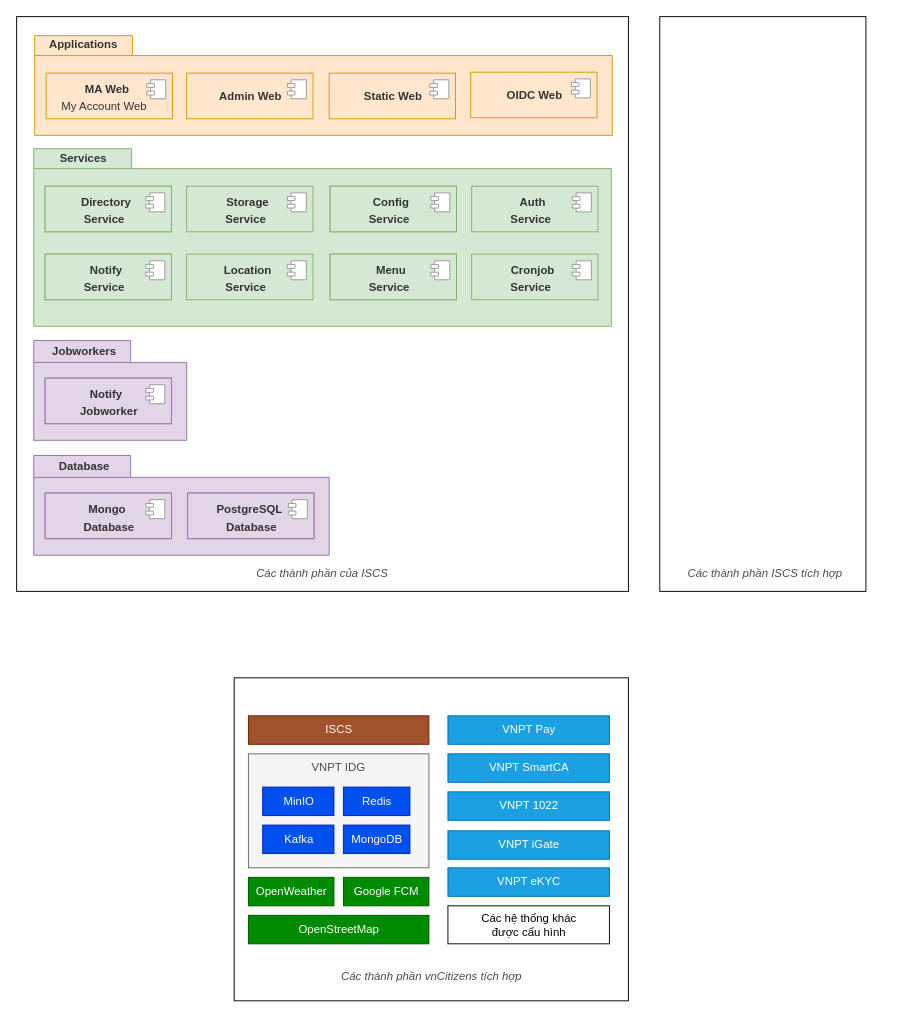
Earlier version of the draw.io diagram iscs.drawio (mitgaming/drawio). Source tidied: cells renumbered, new cells numbered last; positions are measured from the earlier drawing's top-left corner, leaving out a move shared by most shapes. Both pictures are drawn from the tidied source at 95%, with x=0, y=0 at pixel (16, 16).
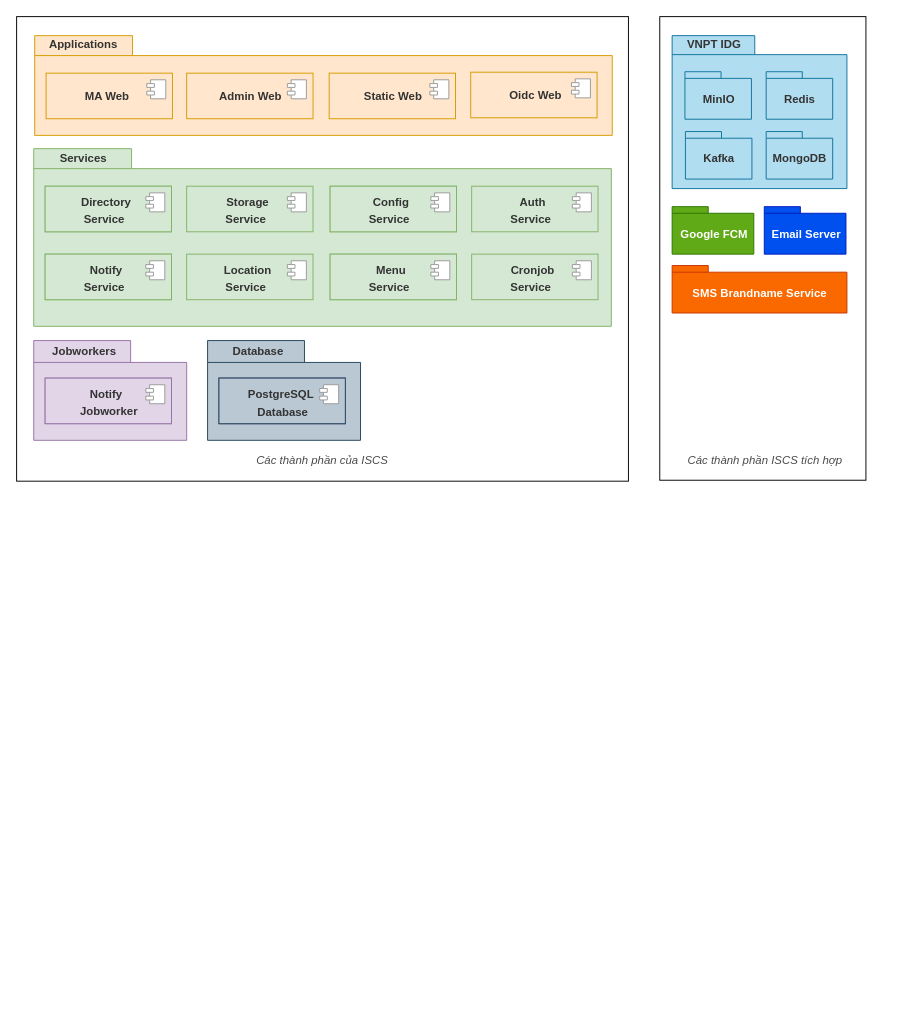
The same page after the edit.

The change refers to these unchanged cells:
```xml
<mxCell id="25" style="group;" parent="22" vertex="1">
  <mxGeometry x="459" y="38.5" width="133" height="57" as="geometry" />
</mxCell>
<mxCell id="29" style="group;" parent="22" vertex="1">
  <mxGeometry x="12" y="39.5" width="133" height="48" as="geometry" />
</mxCell>
<mxCell id="107" style="group;fillColor=#e1d5e7;strokeColor=#9673a6;" parent="106" vertex="1">
  <mxGeometry width="133" height="48" as="geometry" />
</mxCell>
```

Diff of the diagram source:
```diff
@@
-    <mxCell id="2" style="rounded=0;whiteSpace=wrap;html=1;fontColor=#4A4A4A;" parent="1" vertex="1">
-      <mxGeometry x="229" y="696" width="415" height="340" as="geometry" />
-    </mxCell>
-    <mxCell id="3" style="rounded=0;whiteSpace=wrap;html=1;fontColor=#333333;fillColor=#f5f5f5;strokeColor=#666666;" parent="1" vertex="1">
-      <mxGeometry x="244" y="776" width="190" height="120" as="geometry" />
-    </mxCell>
     <mxCell id="4" style="rounded=0;whiteSpace=wrap;html=1;" parent="1" vertex="1">
-      <mxGeometry width="644" height="605" as="geometry" />
+      <mxGeometry width="644" height="489" as="geometry" />
     </mxCell>
-    <mxCell id="5" value="ISCS" style="html=1;fillColor=#a0522d;fontColor=#ffffff;strokeColor=#6D1F00;" parent="1" vertex="1">
-      <mxGeometry x="244" y="736" width="190" height="30" as="geometry" />
-    </mxCell>
-    <mxCell id="6" value="MinIO" style="html=1;fillColor=#0050ef;fontColor=#ffffff;strokeColor=#001DBC;" parent="1" vertex="1">
-      <mxGeometry x="259" y="811" width="75" height="30" as="geometry" />
-    </mxCell>
-    <mxCell id="7" value="Redis" style="html=1;fillColor=#0050ef;fontColor=#ffffff;strokeColor=#001DBC;" parent="1" vertex="1">
-      <mxGeometry x="344" y="811" width="70" height="30" as="geometry" />
-    </mxCell>
-    <mxCell id="8" value="Kafka" style="html=1;fillColor=#0050ef;fontColor=#ffffff;strokeColor=#001DBC;" parent="1" vertex="1">
-      <mxGeometry x="259" y="851" width="75" height="30" as="geometry" />
-    </mxCell>
     <mxCell id="9" value="Các thành phần của ISCS" style="text;html=1;strokeColor=none;fillColor=none;align=center;verticalAlign=middle;whiteSpace=wrap;rounded=0;fontColor=#4A4A4A;fontStyle=2;" parent="1" vertex="1">
-      <mxGeometry x="227" y="571" width="190" height="30" as="geometry" />
+      <mxGeometry x="227" y="452" width="190" height="30" as="geometry" />
     </mxCell>
-    <mxCell id="10" value="Các thành phần vnCitizens tích hợp" style="text;html=1;strokeColor=none;fillColor=none;align=center;verticalAlign=middle;whiteSpace=wrap;rounded=0;fontColor=#4A4A4A;fontStyle=2;" parent="1" vertex="1">
-      <mxGeometry x="316.5" y="996" width="240" height="30" as="geometry" />
-    </mxCell>
-    <mxCell id="11" value="Google FCM" style="html=1;fillColor=#008a00;strokeColor=#005700;fontColor=#ffffff;" parent="1" vertex="1">
-      <mxGeometry x="344" y="906" width="90" height="30" as="geometry" />
-    </mxCell>
-    <mxCell id="12" value="VNPT IDG" style="text;html=1;strokeColor=none;fillColor=none;align=center;verticalAlign=middle;whiteSpace=wrap;rounded=0;fontColor=#4A4A4A;" parent="1" vertex="1">
-      <mxGeometry x="309" y="776" width="60" height="30" as="geometry" />
-    </mxCell>
-    <mxCell id="13" value="MongoDB" style="html=1;fillColor=#0050ef;fontColor=#ffffff;strokeColor=#001DBC;" parent="1" vertex="1">
-      <mxGeometry x="344" y="851" width="70" height="30" as="geometry" />
-    </mxCell>
-    <mxCell id="14" value="VNPT SmartCA" style="html=1;fillColor=#1ba1e2;strokeColor=#006EAF;fontColor=#ffffff;" parent="1" vertex="1">
-      <mxGeometry x="454" y="776" width="170" height="30" as="geometry" />
-    </mxCell>
-    <mxCell id="15" value="OpenWeather" style="html=1;fillColor=#008a00;fontColor=#ffffff;strokeColor=#005700;" parent="1" vertex="1">
-      <mxGeometry x="244" y="906" width="90" height="30" as="geometry" />
-    </mxCell>
-    <mxCell id="16" value="VNPT iGate" style="html=1;fillColor=#1ba1e2;strokeColor=#006EAF;fontColor=#ffffff;" parent="1" vertex="1">
-      <mxGeometry x="454" y="857" width="170" height="30" as="geometry" />
-    </mxCell>
-    <mxCell id="17" value="VNPT 1022" style="html=1;fillColor=#1ba1e2;strokeColor=#006EAF;fontColor=#ffffff;" parent="1" vertex="1">
-      <mxGeometry x="454" y="816" width="170" height="30" as="geometry" />
-    </mxCell>
-    <mxCell id="18" value="VNPT eKYC" style="html=1;fillColor=#1ba1e2;strokeColor=#006EAF;fontColor=#ffffff;" parent="1" vertex="1">
-      <mxGeometry x="454" y="896" width="170" height="30" as="geometry" />
-    </mxCell>
-    <mxCell id="19" value="OpenStreetMap" style="html=1;fillColor=#008a00;fontColor=#ffffff;strokeColor=#005700;" parent="1" vertex="1">
-      <mxGeometry x="244" y="946" width="190" height="30" as="geometry" />
-    </mxCell>
-    <mxCell id="20" value="VNPT Pay" style="html=1;fillColor=#1ba1e2;strokeColor=#006EAF;fontColor=#ffffff;" parent="1" vertex="1">
-      <mxGeometry x="454" y="736" width="170" height="30" as="geometry" />
-    </mxCell>
-    <mxCell id="21" value="Các hệ thống khác &lt;br&gt;được cấu hình" style="html=1;" parent="1" vertex="1">
-      <mxGeometry x="454" y="936" width="170" height="40" as="geometry" />
-    </mxCell>
@@
-    <mxCell id="28" value="&lt;span style=&quot;color: rgb(51 , 51 , 51)&quot;&gt;&lt;b&gt;OIDC Web&lt;/b&gt;&lt;/span&gt;" style="text;html=1;align=center;verticalAlign=middle;strokeColor=none;fillColor=none;" parent="25" vertex="1">
-      <mxGeometry x="33" y="15" width="68" height="18" as="geometry" />
+    <mxCell id="28" value="&lt;span style=&quot;color: rgb(51 , 51 , 51)&quot;&gt;&lt;b&gt;Oidc Web&lt;/b&gt;&lt;/span&gt;" style="text;html=1;align=center;verticalAlign=middle;strokeColor=none;fillColor=none;" parent="25" vertex="1">
+      <mxGeometry x="35" y="15" width="65" height="18" as="geometry" />
     </mxCell>
@@
     <mxCell id="32" value="&lt;span style=&quot;color: rgb(51 , 51 , 51)&quot;&gt;&lt;b&gt;MA Web&lt;/b&gt;&lt;/span&gt;" style="text;html=1;align=center;verticalAlign=middle;strokeColor=none;fillColor=none;" parent="29" vertex="1">
-      <mxGeometry x="35" y="8" width="57" height="18" as="geometry" />
+      <mxGeometry x="35" y="15.5" width="57" height="18" as="geometry" />
     </mxCell>
-    <mxCell id="33" value="&lt;span style=&quot;color: rgb(51 , 51 , 51)&quot;&gt;My Account Web&lt;/span&gt;" style="text;html=1;align=center;verticalAlign=middle;strokeColor=none;fillColor=none;" parent="29" vertex="1">
-      <mxGeometry x="11" y="26" width="100" height="18" as="geometry" />
-    </mxCell>
@@
     <mxCell id="97" style="group;" parent="1" vertex="1">
-      <mxGeometry x="18" y="462" width="718" height="126" as="geometry" />
+      <mxGeometry x="201" y="341" width="718" height="126" as="geometry" />
     </mxCell>
-    <mxCell id="98" style="shape=folder;fontStyle=1;spacingTop=10;tabWidth=102;tabHeight=23;tabPosition=left;html=1;strokeColor=#9673a6;fillColor=#e1d5e7;" parent="97" vertex="1">
-      <mxGeometry width="311" height="105" as="geometry" />
+    <mxCell id="98" style="shape=folder;fontStyle=1;spacingTop=10;tabWidth=102;tabHeight=23;tabPosition=left;html=1;strokeColor=#23445d;fillColor=#bac8d3;" parent="97" vertex="1">
+      <mxGeometry width="161" height="105" as="geometry" />
     </mxCell>
@@
-    <mxCell id="100" style="group;" parent="97" vertex="1">
-      <mxGeometry x="12" y="39.5" width="133" height="48" as="geometry" />
-    </mxCell>
-    <mxCell id="101" style="group;fillColor=#e1d5e7;strokeColor=#9673a6;" parent="100" vertex="1">
-      <mxGeometry width="133" height="48" as="geometry" />
-    </mxCell>
-    <mxCell id="102" value="&lt;p style=&quot;line-height: 0.7&quot;&gt;&lt;/p&gt;&lt;h2 style=&quot;font-size: 13px&quot;&gt;&lt;br&gt;&lt;/h2&gt;&lt;p&gt;&lt;/p&gt;" style="html=1;strokeColor=#9673a6;fillColor=#e1d5e7;" parent="101" vertex="1">
-      <mxGeometry width="133" height="48" as="geometry" />
-    </mxCell>
-    <mxCell id="103" style="shape=module;jettyWidth=8;jettyHeight=4;strokeColor=#999999;" parent="102" vertex="1">
-      <mxGeometry x="1" width="20" height="20" relative="1" as="geometry">
-        <mxPoint x="-27" y="7" as="offset" />
-      </mxGeometry>
-    </mxCell>
-    <mxCell id="104" value="&lt;span style=&quot;color: rgb(51 , 51 , 51)&quot;&gt;&lt;b&gt;Mongo&lt;/b&gt;&lt;/span&gt;" style="text;html=1;align=center;verticalAlign=middle;strokeColor=none;fillColor=none;" parent="101" vertex="1">
-      <mxGeometry x="40" y="8" width="49" height="18" as="geometry" />
-    </mxCell>
-    <mxCell id="105" value="&lt;b style=&quot;color: rgb(51 , 51 , 51)&quot;&gt;Database&lt;/b&gt;" style="text;html=1;align=center;verticalAlign=middle;strokeColor=none;fillColor=none;" parent="100" vertex="1">
-      <mxGeometry x="35" y="27.5" width="63" height="18" as="geometry" />
-    </mxCell>
-    <mxCell id="106" style="group;" parent="97" vertex="1">
-      <mxGeometry x="162" y="39.5" width="133" height="48" as="geometry" />
+    <mxCell id="106" style="group;fillColor=#bac8d3;strokeColor=#23445d;" parent="97" vertex="1">
+      <mxGeometry x="12" y="39.5" width="133" height="48" as="geometry" />
     </mxCell>
@@
-    <mxCell id="108" value="&lt;p style=&quot;line-height: 0.7&quot;&gt;&lt;/p&gt;&lt;h2 style=&quot;font-size: 13px&quot;&gt;&lt;br&gt;&lt;/h2&gt;&lt;p&gt;&lt;/p&gt;" style="html=1;strokeColor=#9673a6;fillColor=#e1d5e7;" parent="107" vertex="1">
+    <mxCell id="108" value="&lt;p style=&quot;line-height: 0.7&quot;&gt;&lt;/p&gt;&lt;h2 style=&quot;font-size: 13px&quot;&gt;&lt;br&gt;&lt;/h2&gt;&lt;p&gt;&lt;/p&gt;" style="html=1;strokeColor=#23445d;fillColor=#bac8d3;" parent="107" vertex="1">
       <mxGeometry width="133" height="48" as="geometry" />
     </mxCell>
@@
     <mxCell id="112" style="rounded=0;whiteSpace=wrap;html=1;" parent="1" vertex="1">
-      <mxGeometry x="677" width="217" height="605" as="geometry" />
+      <mxGeometry x="677" width="217" height="488" as="geometry" />
     </mxCell>
     <mxCell id="113" value="Các thành phần ISCS tích hợp" style="text;html=1;strokeColor=none;fillColor=none;align=center;verticalAlign=middle;whiteSpace=wrap;rounded=0;fontColor=#4A4A4A;fontStyle=2;" parent="1" vertex="1">
-      <mxGeometry x="693" y="571" width="190" height="30" as="geometry" />
+      <mxGeometry x="693" y="452" width="190" height="30" as="geometry" />
     </mxCell>
+    <mxCell id="114" style="shape=folder;fontStyle=1;spacingTop=10;tabWidth=87;tabHeight=20;tabPosition=left;html=1;fontSize=13;strokeColor=#10739e;fillColor=#b1ddf0;" parent="1" vertex="1">
+      <mxGeometry x="690" y="20" width="184" height="161" as="geometry" />
+    </mxCell>
+    <mxCell id="12" value="&lt;span style=&quot;color: rgb(51 , 51 , 51)&quot;&gt;&lt;b&gt;VNPT IDG&lt;/b&gt;&lt;/span&gt;" style="text;html=1;align=center;verticalAlign=middle;strokeColor=none;fillColor=none;" parent="1" vertex="1">
+      <mxGeometry x="700" y="21" width="67" height="18" as="geometry" />
+    </mxCell>
+    <mxCell id="115" style="group;" parent="1" vertex="1">
+      <mxGeometry x="703.5" y="58" width="70" height="50" as="geometry" />
+    </mxCell>
+    <mxCell id="116" style="shape=folder;fontStyle=1;spacingTop=10;tabWidth=38;tabHeight=7;tabPosition=left;html=1;fontSize=13;strokeColor=#10739e;fillColor=#b1ddf0;" parent="115" vertex="1">
+      <mxGeometry width="70" height="50" as="geometry" />
+    </mxCell>
+    <mxCell id="6" value="&lt;span style=&quot;color: rgb(51 , 51 , 51)&quot;&gt;&lt;b&gt;MinIO&lt;/b&gt;&lt;/span&gt;" style="text;html=1;align=center;verticalAlign=middle;strokeColor=none;fillColor=none;" parent="115" vertex="1">
+      <mxGeometry x="13.5" y="20" width="43" height="18" as="geometry" />
+    </mxCell>
+    <mxCell id="117" style="group;" parent="1" vertex="1">
+      <mxGeometry x="789" y="58" width="70" height="50" as="geometry" />
+    </mxCell>
+    <mxCell id="118" style="shape=folder;fontStyle=1;spacingTop=10;tabWidth=38;tabHeight=7;tabPosition=left;html=1;fontSize=13;strokeColor=#10739e;fillColor=#b1ddf0;" parent="117" vertex="1">
+      <mxGeometry width="70" height="50" as="geometry" />
+    </mxCell>
+    <mxCell id="7" value="&lt;span style=&quot;color: rgb(51 , 51 , 51)&quot;&gt;&lt;b&gt;Redis&lt;/b&gt;&lt;/span&gt;" style="text;html=1;align=center;verticalAlign=middle;strokeColor=none;fillColor=none;" parent="117" vertex="1">
+      <mxGeometry x="13.5" y="20" width="43" height="18" as="geometry" />
+    </mxCell>
+    <mxCell id="119" style="group;" parent="1" vertex="1">
+      <mxGeometry x="704" y="121" width="70" height="50" as="geometry" />
+    </mxCell>
+    <mxCell id="120" style="shape=folder;fontStyle=1;spacingTop=10;tabWidth=38;tabHeight=7;tabPosition=left;html=1;fontSize=13;strokeColor=#10739e;fillColor=#b1ddf0;" parent="119" vertex="1">
+      <mxGeometry width="70" height="50" as="geometry" />
+    </mxCell>
+    <mxCell id="8" value="&lt;span style=&quot;color: rgb(51 , 51 , 51)&quot;&gt;&lt;b&gt;Kafka&lt;/b&gt;&lt;/span&gt;" style="text;html=1;align=center;verticalAlign=middle;strokeColor=none;fillColor=none;" parent="119" vertex="1">
+      <mxGeometry x="13.5" y="20" width="43" height="18" as="geometry" />
+    </mxCell>
+    <mxCell id="121" style="group;" parent="1" vertex="1">
+      <mxGeometry x="690" y="200" width="86" height="50" as="geometry" />
+    </mxCell>
+    <mxCell id="122" style="shape=folder;fontStyle=1;spacingTop=10;tabWidth=38;tabHeight=7;tabPosition=left;html=1;fontSize=13;strokeColor=#2D7600;fillColor=#60a917;fontColor=#ffffff;" parent="121" vertex="1">
+      <mxGeometry width="86" height="50" as="geometry" />
+    </mxCell>
+    <mxCell id="11" value="&lt;b&gt;&lt;font color=&quot;#ffffff&quot;&gt;Google FCM&lt;/font&gt;&lt;/b&gt;" style="text;html=1;align=center;verticalAlign=middle;strokeColor=none;fillColor=none;" parent="121" vertex="1">
+      <mxGeometry x="3.7" y="20" width="81" height="18" as="geometry" />
+    </mxCell>
+    <mxCell id="123" style="group;" parent="1" vertex="1">
+      <mxGeometry x="787" y="200" width="86" height="50" as="geometry" />
+    </mxCell>
+    <mxCell id="124" style="shape=folder;fontStyle=1;spacingTop=10;tabWidth=38;tabHeight=7;tabPosition=left;html=1;fontSize=13;strokeColor=#001DBC;fillColor=#0050ef;fontColor=#ffffff;" parent="123" vertex="1">
+      <mxGeometry width="86" height="50" as="geometry" />
+    </mxCell>
+    <mxCell id="125" value="&lt;span style=&quot;&quot;&gt;&lt;b&gt;Email Server&lt;/b&gt;&lt;/span&gt;" style="text;html=1;align=center;verticalAlign=middle;strokeColor=none;fillColor=none;fontColor=#FFFFFF;" parent="123" vertex="1">
+      <mxGeometry x="2.7" y="20" width="83" height="18" as="geometry" />
+    </mxCell>
+    <mxCell id="126" style="group;" parent="1" vertex="1">
+      <mxGeometry x="690" y="262" width="184" height="50" as="geometry" />
+    </mxCell>
+    <mxCell id="127" style="shape=folder;fontStyle=1;spacingTop=10;tabWidth=38;tabHeight=7;tabPosition=left;html=1;fontSize=13;strokeColor=#C73500;fillColor=#fa6800;fontColor=#000000;" parent="126" vertex="1">
+      <mxGeometry width="184" height="50" as="geometry" />
+    </mxCell>
+    <mxCell id="128" value="&lt;b&gt;&lt;font color=&quot;#ffffff&quot;&gt;SMS Brandname Service&lt;/font&gt;&lt;/b&gt;" style="text;html=1;align=center;verticalAlign=middle;strokeColor=none;fillColor=none;" parent="126" vertex="1">
+      <mxGeometry x="16.5" y="21" width="151" height="18" as="geometry" />
+    </mxCell>
+    <mxCell id="129" style="group;" parent="1" vertex="1">
+      <mxGeometry x="789" y="121" width="70" height="50" as="geometry" />
+    </mxCell>
+    <mxCell id="130" style="shape=folder;fontStyle=1;spacingTop=10;tabWidth=38;tabHeight=7;tabPosition=left;html=1;fontSize=13;strokeColor=#10739e;fillColor=#b1ddf0;" parent="129" vertex="1">
+      <mxGeometry width="70" height="50" as="geometry" />
+    </mxCell>
+    <mxCell id="13" value="&lt;span style=&quot;color: rgb(51 , 51 , 51)&quot;&gt;&lt;b&gt;MongoDB&lt;/b&gt;&lt;/span&gt;" style="text;html=1;align=center;verticalAlign=middle;strokeColor=none;fillColor=none;" parent="129" vertex="1">
+      <mxGeometry x="1.5" y="20" width="67" height="18" as="geometry" />
+    </mxCell>
```
